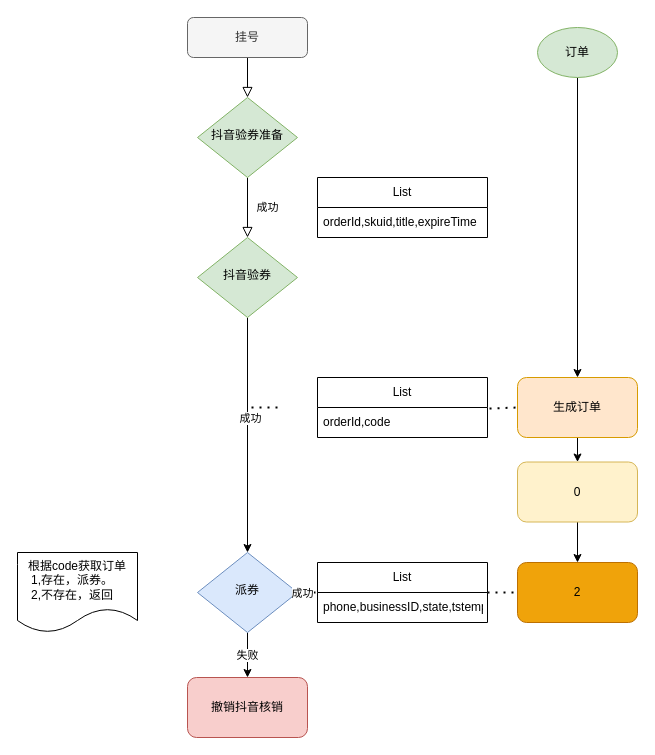
Before: xlh/未命名绘图.drawio in zhanghaiyang1/draw, a draw.io diagram. Source tidied: cells renumbered, new cells numbered last; positions are measured from the earlier drawing's top-left corner, leaving out a move shared by most shapes. Both pictures are drawn from the tidied source at 100%, with x=0, y=0 at pixel (17, 17).
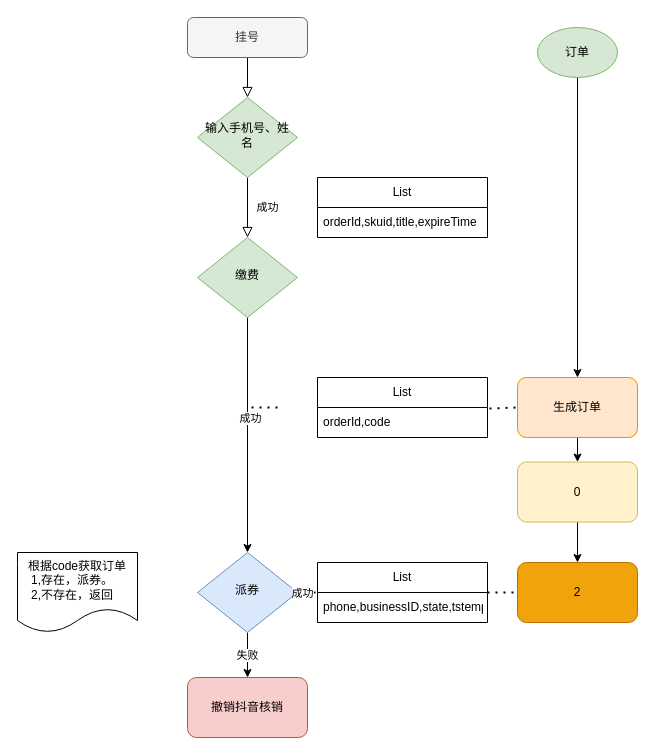
The same page after the edit.

Commit message:
更新未命名绘图.drawio

What changed in the source:
```diff
@@
-    <mxCell id="5" value="抖音验券准备" style="rhombus;whiteSpace=wrap;html=1;shadow=0;fontFamily=Helvetica;fontSize=12;align=center;strokeWidth=1;spacing=6;spacingTop=-4;fillColor=#d5e8d4;strokeColor=#82b366;" parent="1" vertex="1">
+    <mxCell id="5" value="输入手机号、姓名" style="rhombus;whiteSpace=wrap;html=1;shadow=0;fontFamily=Helvetica;fontSize=12;align=center;strokeWidth=1;spacing=6;spacingTop=-4;fillColor=#d5e8d4;strokeColor=#82b366;" parent="1" vertex="1">
       <mxGeometry x="180" y="80" width="100" height="80" as="geometry" />
     </mxCell>
@@
-    <mxCell id="8" value="抖音验券" style="rhombus;whiteSpace=wrap;html=1;shadow=0;fontFamily=Helvetica;fontSize=12;align=center;strokeWidth=1;spacing=6;spacingTop=-4;fillColor=#d5e8d4;strokeColor=#82b366;" parent="1" vertex="1">
+    <mxCell id="8" value="缴费" style="rhombus;whiteSpace=wrap;html=1;shadow=0;fontFamily=Helvetica;fontSize=12;align=center;strokeWidth=1;spacing=6;spacingTop=-4;fillColor=#d5e8d4;strokeColor=#82b366;" parent="1" vertex="1">
       <mxGeometry x="180" y="220" width="100" height="80" as="geometry" />
     </mxCell>
```
